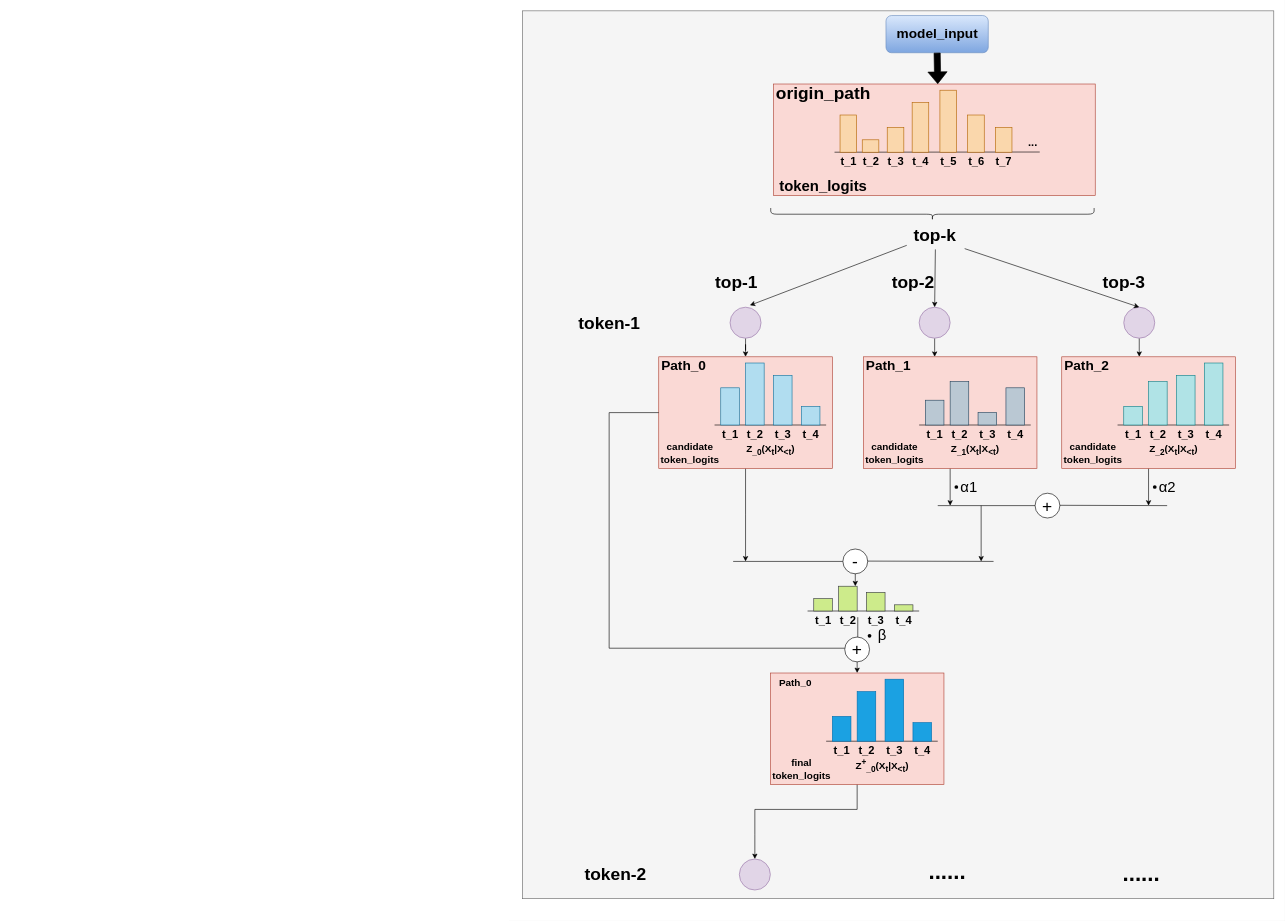
The draw.io diagram drawio_images/MPCR.drawio in zty-king/zty-king, before the edit. Source tidied: cells renumbered, new cells numbered last; positions are measured from the earlier drawing's top-left corner, leaving out a move shared by most shapes. Both pictures are drawn from the tidied source at 62%, with x=0, y=0 at pixel (522, 11).
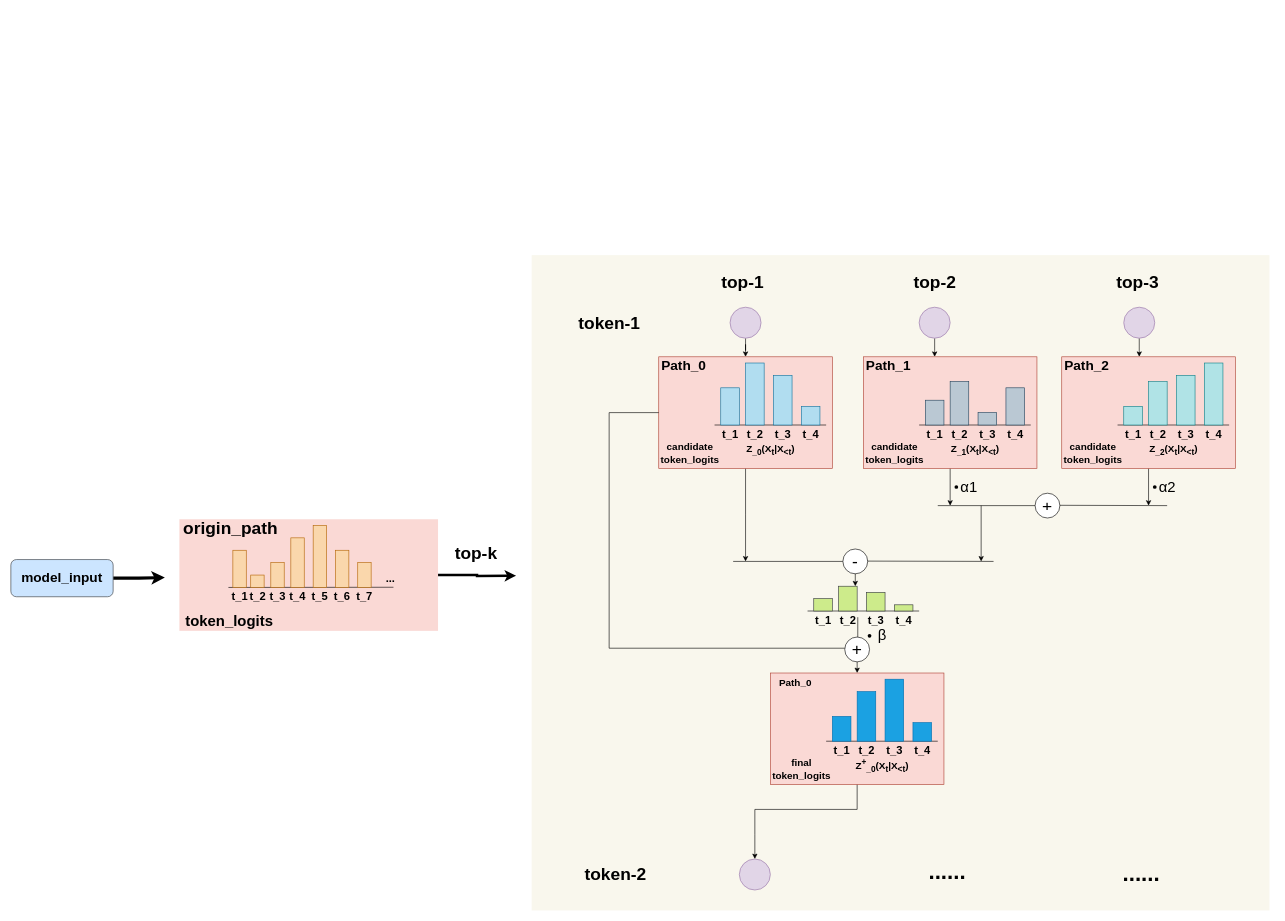
After the change.

The change refers to these unchanged cells:
```xml
<mxCell id="5" style="ellipse;whiteSpace=wrap;html=1;fillColor=#e1d5e7;strokeColor=#9673a6;" parent="1" vertex="1">
  <mxGeometry x="335" y="478" width="50" height="50" as="geometry" />
</mxCell>
<mxCell id="7" style="ellipse;whiteSpace=wrap;html=1;fillColor=#e1d5e7;strokeColor=#9673a6;" parent="1" vertex="1">
  <mxGeometry x="640" y="478" width="50" height="50" as="geometry" />
</mxCell>
<mxCell id="9" style="ellipse;whiteSpace=wrap;html=1;fillColor=#e1d5e7;strokeColor=#9673a6;" parent="1" vertex="1">
  <mxGeometry x="970" y="478" width="50" height="50" as="geometry" />
</mxCell>
```

Diff of the diagram source:
```diff
@@
-    <mxCell id="2" style="rounded=0;whiteSpace=wrap;html=1;fillColor=#f5f5f5;strokeColor=#666666;fontColor=#333333;" parent="1" vertex="1">
-      <mxGeometry width="1212" height="1432" as="geometry" />
+    <mxCell id="2" style="rounded=0;whiteSpace=wrap;html=1;fillColor=#f9f7ed;strokeColor=none;" parent="1" vertex="1">
+      <mxGeometry x="15" y="394" width="1190" height="1057" as="geometry" />
     </mxCell>
@@
-    <mxCell id="10" style="shape=curlyBracket;whiteSpace=wrap;html=1;rounded=1;flipH=1;labelPosition=right;verticalLabelPosition=middle;align=left;verticalAlign=middle;rotation=90;" parent="1" vertex="1">
-      <mxGeometry x="651.4" y="67.2" width="20" height="521.6" as="geometry" />
-    </mxCell>
     <mxCell id="11" value="&lt;font&gt;top-k&lt;/font&gt;" style="text;html=1;align=center;verticalAlign=middle;points=[];strokeColor=none;fillColor=none;fontStyle=1;fontSize=28;" parent="1" vertex="1">
-      <mxGeometry x="620" y="336" width="90" height="50" as="geometry" />
+      <mxGeometry x="-120" y="849" width="90" height="50" as="geometry" />
     </mxCell>
-    <mxCell id="12" style="endArrow=classic;html=1;rounded=0;entryX=0.64;entryY=-0.06;entryDx=0;entryDy=0;entryPerimeter=0;fontStyle=1;fontSize=28;" parent="1" edge="1" source="11" target="5">
-      <mxGeometry relative="1" as="geometry" />
-    </mxCell>
-    <mxCell id="13" style="endArrow=classic;html=1;rounded=0;entryX=0.5;entryY=0;entryDx=0;entryDy=0;exitX=0.513;exitY=0.975;exitDx=0;exitDy=0;exitPerimeter=0;fontStyle=1;fontSize=28;" parent="1" edge="1" source="11" target="7">
-      <mxGeometry relative="1" as="geometry" />
-    </mxCell>
-    <mxCell id="14" style="endArrow=classic;html=1;rounded=0;entryX=0.5;entryY=0;entryDx=0;entryDy=0;exitX=1.038;exitY=0.95;exitDx=0;exitDy=0;exitPerimeter=0;fontStyle=1;fontSize=28;" parent="1" edge="1" source="11" target="9">
-      <mxGeometry relative="1" as="geometry" />
-    </mxCell>
     <mxCell id="15" value="&lt;font&gt;top-1&lt;/font&gt;" style="text;html=1;align=center;verticalAlign=middle;strokeColor=none;fillColor=none;fontStyle=1;fontSize=28;" parent="1" vertex="1">
-      <mxGeometry x="300" y="413" width="90" height="50" as="geometry" />
+      <mxGeometry x="310" y="413" width="90" height="50" as="geometry" />
     </mxCell>
     <mxCell id="16" value="&lt;font&gt;top-2&lt;/font&gt;" style="text;html=1;align=center;verticalAlign=middle;strokeColor=none;fillColor=none;fontStyle=1;fontSize=28;" parent="1" vertex="1">
-      <mxGeometry x="585" y="413" width="90" height="50" as="geometry" />
+      <mxGeometry x="620" y="413" width="90" height="50" as="geometry" />
     </mxCell>
     <mxCell id="17" value="&lt;font&gt;top-3&lt;/font&gt;" style="text;html=1;align=center;verticalAlign=middle;strokeColor=none;fillColor=none;fontStyle=1;fontSize=28;" parent="1" vertex="1">
-      <mxGeometry x="925" y="413" width="90" height="50" as="geometry" />
+      <mxGeometry x="947" y="413" width="90" height="50" as="geometry" />
     </mxCell>
@@
-    <mxCell id="115" style="group;" parent="1" vertex="1">
-      <mxGeometry x="414" y="118" width="510" height="190" as="geometry" />
+    <mxCell id="115" style="group;strokeColor=none;" parent="1" vertex="1">
+      <mxGeometry x="-546" y="820" width="410" height="190" as="geometry" />
     </mxCell>
+    <mxCell id="142" style="edgeStyle=orthogonalEdgeStyle;rounded=0;jettySize=auto;html=1;exitX=1;exitY=0.5;exitDx=0;exitDy=0;strokeWidth=4;" parent="115" edge="1" source="116">
+      <mxGeometry relative="1" as="geometry">
+        <mxPoint x="535.9" y="91.1" as="targetPoint" />
+      </mxGeometry>
+    </mxCell>
-    <mxCell id="116" style="rounded=0;whiteSpace=wrap;html=1;fillColor=#fad9d5;strokeColor=#ae4132;" parent="115" vertex="1">
-      <mxGeometry x="-8.9" width="518.9" height="180" as="geometry" />
+    <mxCell id="116" style="rounded=0;whiteSpace=wrap;html=1;fillColor=#fad9d5;strokeColor=none;" parent="115" vertex="1">
+      <mxGeometry x="-7.2" width="417.2" height="180" as="geometry" />
     </mxCell>
     <mxCell id="117" style="group;fontSize=18;fontStyle=1;" parent="115" vertex="1">
-      <mxGeometry x="89.5" y="10" width="161.1" height="135" as="geometry" />
+      <mxGeometry x="71.9" y="10" width="129.5" height="135" as="geometry" />
     </mxCell>
     <mxCell id="118" value="t_1" style="text;html=1;align=center;verticalAlign=middle;strokeColor=none;fillColor=none;fontSize=18;fontStyle=1;" parent="117" vertex="1">
-      <mxGeometry y="95" width="44.7" height="40" as="geometry" />
+      <mxGeometry y="95" width="36" height="40" as="geometry" />
     </mxCell>
     <mxCell id="119" value="t_2" style="text;html=1;align=center;verticalAlign=middle;strokeColor=none;fillColor=none;fontSize=18;fontStyle=1;" parent="117" vertex="1">
-      <mxGeometry x="35.8" y="95" width="44.7" height="40" as="geometry" />
+      <mxGeometry x="28.8" y="95" width="36" height="40" as="geometry" />
     </mxCell>
     <mxCell id="120" value="t_3" style="text;html=1;align=center;verticalAlign=middle;strokeColor=none;fillColor=none;fontSize=18;fontStyle=1;" parent="117" vertex="1">
-      <mxGeometry x="76.1" y="95" width="44.7" height="40" as="geometry" />
+      <mxGeometry x="61.1" y="95" width="36" height="40" as="geometry" />
     </mxCell>
     <mxCell id="121" value="t_4" style="text;html=1;align=center;verticalAlign=middle;strokeColor=none;fillColor=none;fontSize=18;fontStyle=1;" parent="117" vertex="1">
-      <mxGeometry x="116.3" y="95" width="44.7" height="40" as="geometry" />
+      <mxGeometry x="93.5" y="95" width="36" height="40" as="geometry" />
     </mxCell>
     <mxCell id="122" style="endArrow=none;html=1;rounded=0;fontSize=18;fontStyle=1;" parent="115" edge="1">
       <mxGeometry relative="1" as="geometry">
-        <mxPoint x="89.5" y="110" as="sourcePoint" />
-        <mxPoint x="420.5" y="109.7" as="targetPoint" />
+        <mxPoint x="71.9" y="110" as="sourcePoint" />
+        <mxPoint x="338.1" y="109.7" as="targetPoint" />
       </mxGeometry>
     </mxCell>
     <mxCell id="123" style="rounded=0;whiteSpace=wrap;html=1;fillColor=#fad7ac;strokeColor=#b46504;fontSize=18;fontStyle=1;" parent="115" vertex="1">
-      <mxGeometry x="98.4" y="50" width="26.8" height="60" as="geometry" />
+      <mxGeometry x="79.1" y="50" width="21.6" height="60" as="geometry" />
     </mxCell>
     <mxCell id="124" style="rounded=0;whiteSpace=wrap;html=1;fillColor=#fad7ac;strokeColor=#b46504;fontSize=18;fontStyle=1;" parent="115" vertex="1">
-      <mxGeometry x="134.2" y="90" width="26.8" height="20" as="geometry" />
+      <mxGeometry x="107.9" y="90" width="21.6" height="20" as="geometry" />
     </mxCell>
     <mxCell id="125" style="rounded=0;whiteSpace=wrap;html=1;fillColor=#fad7ac;strokeColor=#b46504;fontSize=18;fontStyle=1;" parent="115" vertex="1">
-      <mxGeometry x="174.5" y="70" width="26.8" height="40" as="geometry" />
+      <mxGeometry x="140.3" y="70" width="21.6" height="40" as="geometry" />
     </mxCell>
     <mxCell id="126" style="rounded=0;whiteSpace=wrap;html=1;fillColor=#fad7ac;strokeColor=#b46504;fontSize=18;fontStyle=1;" parent="115" vertex="1">
-      <mxGeometry x="214.7" y="30" width="26.8" height="80" as="geometry" />
+      <mxGeometry x="172.6" y="30" width="21.6" height="80" as="geometry" />
     </mxCell>
     <mxCell id="127" style="rounded=0;whiteSpace=wrap;html=1;fillColor=#fad7ac;strokeColor=#b46504;fontSize=18;fontStyle=1;" parent="115" vertex="1">
-      <mxGeometry x="259.5" y="10" width="26.8" height="100" as="geometry" />
+      <mxGeometry x="208.6" y="10" width="21.6" height="100" as="geometry" />
     </mxCell>
     <mxCell id="128" style="rounded=0;whiteSpace=wrap;html=1;fillColor=#fad7ac;strokeColor=#b46504;fontSize=18;fontStyle=1;" parent="115" vertex="1">
-      <mxGeometry x="304.2" y="50" width="26.8" height="60" as="geometry" />
+      <mxGeometry x="244.6" y="50" width="21.6" height="60" as="geometry" />
     </mxCell>
     <mxCell id="129" style="rounded=0;whiteSpace=wrap;html=1;fillColor=#fad7ac;strokeColor=#b46504;fontSize=18;fontStyle=1;" parent="115" vertex="1">
-      <mxGeometry x="348.9" y="70" width="26.8" height="40" as="geometry" />
+      <mxGeometry x="280.5" y="70" width="21.6" height="40" as="geometry" />
     </mxCell>
     <mxCell id="130" value="&lt;font&gt;...&lt;/font&gt;" style="text;html=1;align=center;verticalAlign=middle;strokeColor=none;fillColor=none;fontSize=18;fontStyle=1;" parent="115" vertex="1">
-      <mxGeometry x="389.2" y="75" width="40" height="40" as="geometry" />
+      <mxGeometry x="312.9" y="75" width="40" height="40" as="geometry" />
     </mxCell>
     <mxCell id="131" value="t_5" style="text;html=1;align=center;verticalAlign=middle;strokeColor=none;fillColor=none;fontSize=18;fontStyle=1;" parent="115" vertex="1">
-      <mxGeometry x="250.5" y="105" width="44.7" height="40" as="geometry" />
+      <mxGeometry x="201.4" y="105" width="36" height="40" as="geometry" />
     </mxCell>
     <mxCell id="132" value="t_6" style="text;html=1;align=center;verticalAlign=middle;strokeColor=none;fillColor=none;fontSize=18;fontStyle=1;" parent="115" vertex="1">
-      <mxGeometry x="295.3" y="105" width="44.7" height="40" as="geometry" />
+      <mxGeometry x="237.4" y="105" width="36" height="40" as="geometry" />
     </mxCell>
     <mxCell id="133" value="t_7" style="text;html=1;align=center;verticalAlign=middle;strokeColor=none;fillColor=none;fontSize=18;fontStyle=1;" parent="115" vertex="1">
-      <mxGeometry x="340" y="105" width="44.7" height="40" as="geometry" />
+      <mxGeometry x="273.3" y="105" width="36" height="40" as="geometry" />
     </mxCell>
     <mxCell id="134" value="&lt;b style=&quot;&quot;&gt;&lt;font style=&quot;font-size: 28px;&quot;&gt;origin_path&lt;/font&gt;&lt;/b&gt;" style="text;html=1;align=center;verticalAlign=middle;strokeColor=none;fillColor=none;" parent="115" vertex="1">
-      <mxGeometry x="-18.9" y="-10" width="180" height="50" as="geometry" />
+      <mxGeometry x="-15.2" y="-10" width="180" height="50" as="geometry" />
     </mxCell>
     <mxCell id="135" value="&lt;font style=&quot;font-size: 24px;&quot;&gt;&lt;br&gt;&lt;/font&gt;&lt;div&gt;&lt;font style=&quot;font-size: 24px;&quot;&gt;&lt;b style=&quot;&quot;&gt;token_logits&lt;/b&gt;&lt;/font&gt;&lt;/div&gt;" style="text;html=1;align=center;verticalAlign=middle;strokeColor=none;fillColor=none;" parent="115" vertex="1">
-      <mxGeometry x="-9" y="115" width="160" height="70" as="geometry" />
+      <mxGeometry x="-7.2" y="115" width="160" height="70" as="geometry" />
     </mxCell>
@@
+    <mxCell id="143" style="edgeStyle=orthogonalEdgeStyle;rounded=0;jettySize=auto;html=1;exitX=1;exitY=0.5;exitDx=0;exitDy=0;strokeWidth=5;" parent="1" edge="1" source="138">
+      <mxGeometry relative="1" as="geometry">
+        <mxPoint x="-576.6" y="914" as="targetPoint" />
+      </mxGeometry>
+    </mxCell>
-    <mxCell id="138" value="&lt;font style=&quot;font-size: 22px;&quot;&gt;&lt;b&gt;model_input&lt;/b&gt;&lt;/font&gt;" style="rounded=1;whiteSpace=wrap;html=1;fillColor=#dae8fc;strokeColor=#6c8ebf;gradientColor=#7ea6e0;" parent="1" vertex="1">
-      <mxGeometry x="586.5" y="7.6" width="165" height="60" as="geometry" />
+    <mxCell id="138" value="&lt;font style=&quot;font-size: 22px;&quot;&gt;&lt;b&gt;model_input&lt;/b&gt;&lt;/font&gt;" style="rounded=1;whiteSpace=wrap;html=1;fillColor=#cce5ff;strokeColor=#36393d;" parent="1" vertex="1">
+      <mxGeometry x="-825" y="885" width="165" height="60" as="geometry" />
     </mxCell>
-    <mxCell id="139" style="shape=flexArrow;endArrow=classic;html=1;rounded=0;exitX=0.5;exitY=1;exitDx=0;exitDy=0;fillColor=#000000;" parent="1" edge="1" source="138">
-      <mxGeometry relative="1" as="geometry">
-        <mxPoint x="670" y="118" as="targetPoint" />
-      </mxGeometry>
-    </mxCell>
```
